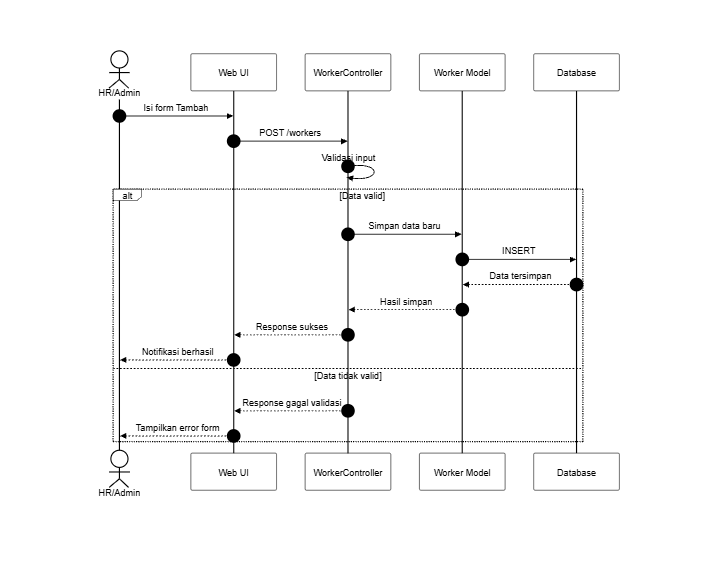
Before: docs/SequenceDiagram/PNG_Transparent/KelolaPegawai-BuatAkunUserPegawai.png, a diagram exported from Mermaid (SulaimanHafi23/SimpegRSHDI). Its source is kept beside it as docs/SequenceDiagram/KelolaPegawai-BuatAkunUserPegawai.mermaid. Source of this version:
```mermaid
%%{init: {"theme": "base", "themeVariables": {"background": "#dddddd", "primaryColor": "#ffffff", "primaryBorderColor": "#000000", "primaryTextColor": "#000000", "lineColor": "#000000", "textColor": "#000000", "actorBkg": "#ffffff", "actorBorder": "#000000", "actorTextColor": "#000000", "activationBkgColor": "#ffffff", "activationBorderColor": "#000000", "signalColor": "#000000", "signalTextColor": "#000000", "labelBoxBkgColor": "#ffffff", "labelBoxBorderColor": "#000000", "labelTextColor": "#000000", "sequenceNumberColor": "#000000", "noteBkgColor": "#ffffff", "noteBorderColor": "#000000", "noteTextColor": "#000000"}, "sequence": {"useMaxWidth": true, "wrap": true, "messageFontSize": 12, "noteFontSize": 12}}}%%
sequenceDiagram
    autonumber
    actor A as HR/Admin
    participant UI as Web UI
    participant C as WorkerController
    participant M as Worker Model
    participant DB as Database

    A->>UI: Isi form Tambah
    UI->>C: POST /workers
    C->>C: Validasi input
    alt Data valid
        C->>M: Simpan data baru
        M->>DB: INSERT
        DB-->>M: Data tersimpan
        M-->>C: Hasil simpan
        C-->>UI: Response sukses
        UI-->>A: Notifikasi berhasil
    else Data tidak valid
        C-->>UI: Response gagal validasi
        UI-->>A: Tampilkan error form
    end
```
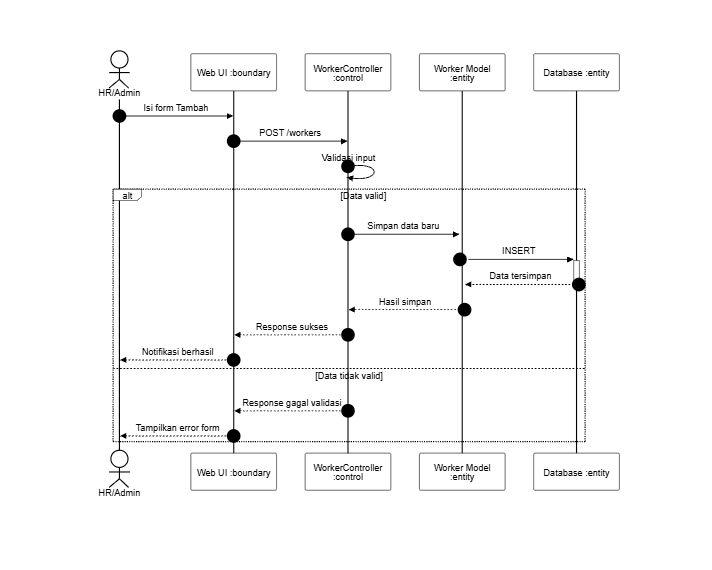
After the change.

Diff of the diagram source:
```diff
@@ -2,18 +2,18 @@
 sequenceDiagram
     autonumber
     actor A as HR/Admin
-    participant UI as Web UI
-    participant C as WorkerController
-    participant M as Worker Model
-    participant DB as Database
+    participant UI as Web UI :boundary
+    participant C as WorkerController :control
+    participant M as Worker Model :entity
+    participant DB as Database :entity
 
     A->>UI: Isi form Tambah
     UI->>C: POST /workers
     C->>C: Validasi input
     alt Data valid
-        C->>M: Simpan data baru
-        M->>DB: INSERT
-        DB-->>M: Data tersimpan
+        C->>+M: Simpan data baru
+        M->>+DB: INSERT
+        DB-->>-M: Data tersimpan
         M-->>C: Hasil simpan
         C-->>UI: Response sukses
         UI-->>A: Notifikasi berhasil
```
